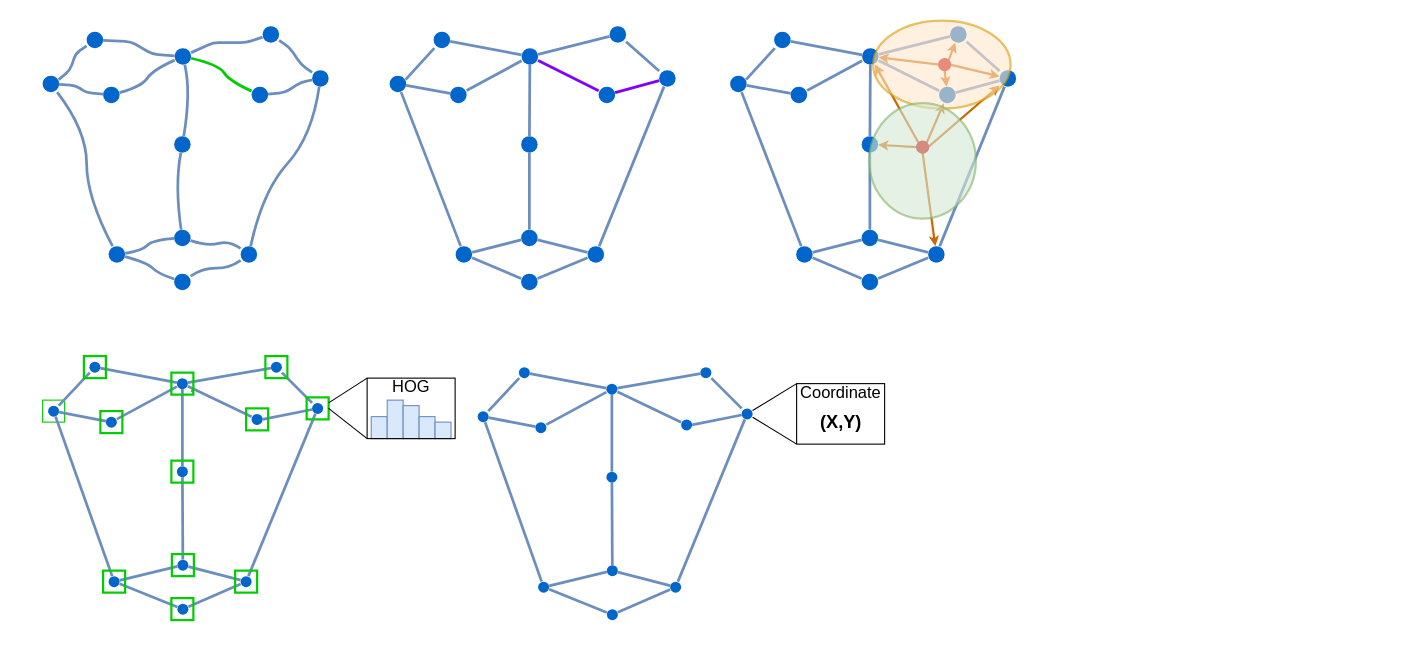
Before: page "undefined_FG" (6 of 8) of FG_example.drawio in 1009351456/Anonymous, a draw.io diagram. Source tidied: cells renumbered, new cells numbered last; positions are measured from the earlier drawing's top-left corner, leaving out a move shared by most shapes. Both pictures are drawn from the tidied source at 55%, with x=0, y=0 at pixel (9, 9).
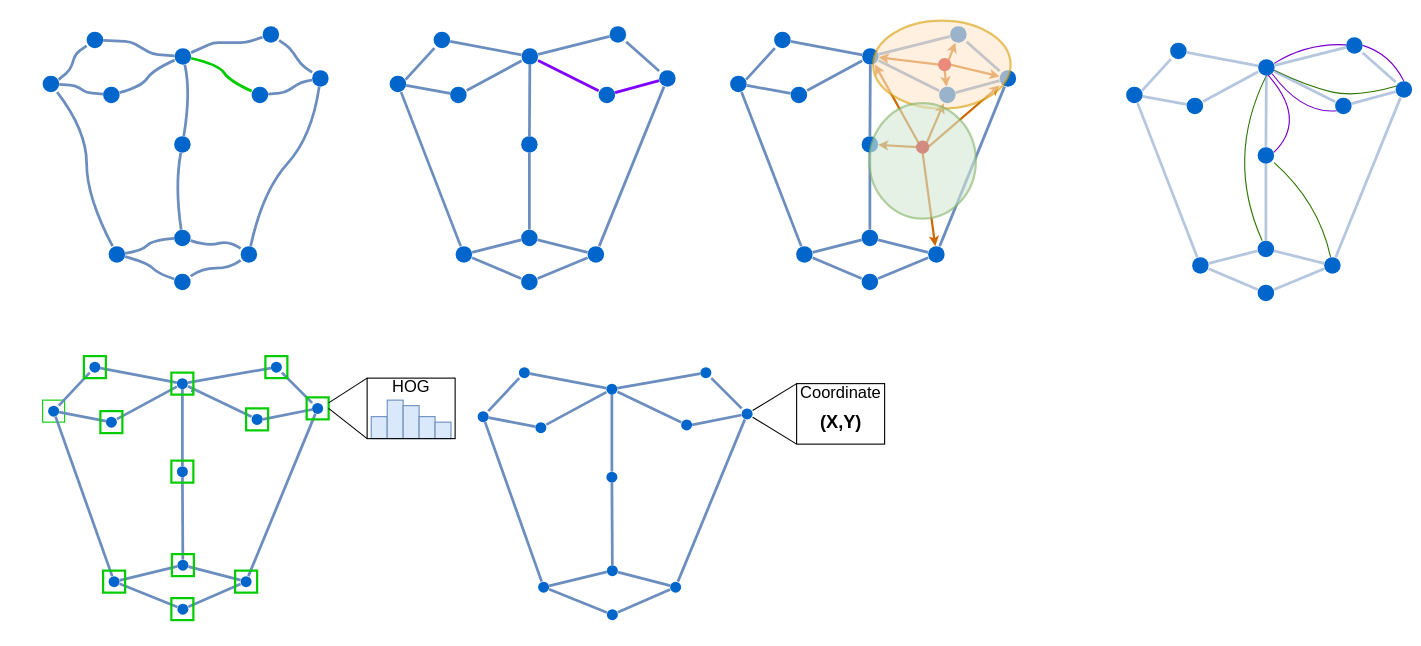
The same diagram, later.

Diff of the diagram source:
```diff
@@
+    <mxCell id="183" style="shape=ellipse;fillColor=#0066CC;strokeColor=none;html=1;" parent="1" vertex="1">
+      <mxGeometry x="2030" y="140" width="30" height="30" as="geometry" />
+    </mxCell>
+    <mxCell id="184" style="shape=ellipse;fillColor=#0066CC;strokeColor=none;html=1;" parent="1" vertex="1">
+      <mxGeometry x="2110" y="60" width="30" height="30" as="geometry" />
+    </mxCell>
+    <mxCell id="185" style="edgeStyle=none;jettySize=auto;html=1;endArrow=none;endFill=0;strokeWidth=2;curved=1;fillColor=#60a917;strokeColor=#2D7600;exitX=0.97;exitY=0.681;exitDx=0;exitDy=0;exitPerimeter=0;entryX=0.062;entryY=0.3;entryDx=0;entryDy=0;entryPerimeter=0;" parent="1" edge="1" source="188" target="193">
+      <mxGeometry relative="1" as="geometry">
+        <Array as="points">
+          <mxPoint x="2360" y="140" />
+          <mxPoint x="2450" y="160" />
+        </Array>
+      </mxGeometry>
+    </mxCell>
+    <mxCell id="186" style="edgeStyle=none;curved=1;jettySize=auto;html=1;exitX=0.97;exitY=0.258;exitDx=0;exitDy=0;endArrow=none;endFill=0;strokeWidth=2;exitPerimeter=0;fillColor=#aa00ff;strokeColor=#7700CC;" parent="1" edge="1" source="188" target="192">
+      <mxGeometry relative="1" as="geometry">
+        <Array as="points">
+          <mxPoint x="2360" y="60" />
+        </Array>
+      </mxGeometry>
+    </mxCell>
+    <mxCell id="187" style="edgeStyle=none;curved=1;jettySize=auto;html=1;exitX=0.5;exitY=1;exitDx=0;exitDy=0;endArrow=none;endFill=0;strokeWidth=2;fillColor=#60a917;strokeColor=#2D7600;" parent="1" edge="1" source="188" target="196">
+      <mxGeometry relative="1" as="geometry">
+        <Array as="points">
+          <mxPoint x="2210" y="270" />
+        </Array>
+      </mxGeometry>
+    </mxCell>
+    <mxCell id="188" style="shape=ellipse;fillColor=#0066CC;strokeColor=none;html=1;" parent="1" vertex="1">
+      <mxGeometry x="2270" y="90" width="30" height="30" as="geometry" />
+    </mxCell>
+    <mxCell id="189" style="edgeStyle=none;curved=1;jettySize=auto;html=1;endArrow=none;endFill=0;strokeWidth=2;fillColor=#60a917;strokeColor=#2D7600;" parent="1" edge="1" source="190" target="195">
+      <mxGeometry relative="1" as="geometry">
+        <Array as="points">
+          <mxPoint x="2380" y="350" />
+        </Array>
+      </mxGeometry>
+    </mxCell>
+    <mxCell id="190" style="shape=ellipse;fillColor=#0066CC;strokeColor=none;html=1;" parent="1" vertex="1">
+      <mxGeometry x="2269.1" y="250" width="30" height="30" as="geometry" />
+    </mxCell>
+    <mxCell id="191" style="edgeStyle=none;curved=1;jettySize=auto;html=1;exitX=1;exitY=0.5;exitDx=0;exitDy=0;entryX=0.5;entryY=0;entryDx=0;entryDy=0;endArrow=none;endFill=0;strokeWidth=2;fillColor=#aa00ff;strokeColor=#7700CC;" parent="1" edge="1" source="192" target="193">
+      <mxGeometry relative="1" as="geometry">
+        <Array as="points">
+          <mxPoint x="2510" y="80" />
+        </Array>
+      </mxGeometry>
+    </mxCell>
+    <mxCell id="192" style="shape=ellipse;fillColor=#0066CC;strokeColor=none;html=1;" parent="1" vertex="1">
+      <mxGeometry x="2430" y="50" width="30" height="30" as="geometry" />
+    </mxCell>
+    <mxCell id="193" style="shape=ellipse;fillColor=#0066CC;strokeColor=none;html=1;" parent="1" vertex="1">
+      <mxGeometry x="2520" y="130" width="30" height="30" as="geometry" />
+    </mxCell>
+    <mxCell id="194" style="shape=ellipse;fillColor=#0066CC;strokeColor=none;html=1;" parent="1" vertex="1">
+      <mxGeometry x="2150" y="450" width="30" height="30" as="geometry" />
+    </mxCell>
+    <mxCell id="195" style="shape=ellipse;fillColor=#0066CC;strokeColor=none;html=1;" parent="1" vertex="1">
+      <mxGeometry x="2390" y="450" width="30" height="30" as="geometry" />
+    </mxCell>
+    <mxCell id="196" style="shape=ellipse;fillColor=#0066CC;strokeColor=none;html=1;" parent="1" vertex="1">
+      <mxGeometry x="2269.1" y="420" width="30" height="30" as="geometry" />
+    </mxCell>
+    <mxCell id="197" style="shape=ellipse;fillColor=#0066CC;strokeColor=none;html=1;" parent="1" vertex="1">
+      <mxGeometry x="2269.1" y="500" width="30" height="30" as="geometry" />
+    </mxCell>
+    <mxCell id="198" style="endArrow=none;html=1;fontSize=56;exitX=0.967;exitY=0.246;exitDx=0;exitDy=0;strokeWidth=5;fillColor=#dae8fc;strokeColor=#6c8ebf;exitPerimeter=0;opacity=50;" parent="1" edge="1" source="183" target="184">
+      <mxGeometry relative="1" as="geometry" />
+    </mxCell>
+    <mxCell id="199" style="endArrow=none;html=1;fontSize=56;strokeWidth=5;fillColor=#dae8fc;strokeColor=#6c8ebf;opacity=50;" parent="1" edge="1" source="184" target="188">
+      <mxGeometry relative="1" as="geometry" />
+    </mxCell>
+    <mxCell id="200" style="endArrow=none;html=1;fontSize=56;strokeWidth=5;fillColor=#dae8fc;strokeColor=#6c8ebf;opacity=50;" parent="1" edge="1" source="188" target="190">
+      <mxGeometry relative="1" as="geometry" />
+    </mxCell>
+    <mxCell id="201" style="endArrow=none;html=1;fontSize=56;strokeWidth=5;fillColor=#dae8fc;strokeColor=#6c8ebf;opacity=50;" parent="1" edge="1" source="188" target="192">
+      <mxGeometry relative="1" as="geometry" />
+    </mxCell>
+    <mxCell id="202" style="endArrow=none;html=1;fontSize=56;strokeWidth=5;fillColor=#dae8fc;strokeColor=#6c8ebf;opacity=50;" parent="1" edge="1" source="192" target="193">
+      <mxGeometry relative="1" as="geometry" />
+    </mxCell>
+    <mxCell id="203" style="endArrow=none;html=1;fontSize=56;strokeWidth=5;fillColor=#dae8fc;strokeColor=#6c8ebf;opacity=50;" parent="1" edge="1" source="190" target="196">
+      <mxGeometry relative="1" as="geometry" />
+    </mxCell>
+    <mxCell id="204" style="endArrow=none;html=1;fontSize=56;strokeWidth=5;fillColor=#dae8fc;strokeColor=#6c8ebf;opacity=50;" parent="1" edge="1" source="193" target="195">
+      <mxGeometry relative="1" as="geometry" />
+    </mxCell>
+    <mxCell id="205" style="endArrow=none;html=1;fontSize=56;strokeWidth=5;fillColor=#dae8fc;strokeColor=#6c8ebf;opacity=50;" parent="1" edge="1" source="194" target="183">
+      <mxGeometry relative="1" as="geometry" />
+    </mxCell>
+    <mxCell id="206" style="endArrow=none;html=1;fontSize=56;strokeWidth=5;fillColor=#dae8fc;strokeColor=#6c8ebf;opacity=50;" parent="1" edge="1" source="195" target="196">
+      <mxGeometry relative="1" as="geometry" />
+    </mxCell>
+    <mxCell id="207" style="endArrow=none;html=1;fontSize=56;strokeWidth=5;fillColor=#dae8fc;strokeColor=#6c8ebf;opacity=50;" parent="1" edge="1" source="197" target="195">
+      <mxGeometry relative="1" as="geometry" />
+    </mxCell>
+    <mxCell id="208" style="endArrow=none;html=1;fontSize=56;strokeWidth=5;fillColor=#dae8fc;strokeColor=#6c8ebf;opacity=50;" parent="1" edge="1" source="194" target="196">
+      <mxGeometry relative="1" as="geometry" />
+    </mxCell>
+    <mxCell id="209" style="endArrow=none;html=1;fontSize=56;strokeWidth=5;fillColor=#dae8fc;strokeColor=#6c8ebf;opacity=50;" parent="1" edge="1" source="194" target="197">
+      <mxGeometry relative="1" as="geometry" />
+    </mxCell>
+    <mxCell id="210" style="shape=ellipse;fillColor=#0066CC;strokeColor=none;html=1;" parent="1" vertex="1">
+      <mxGeometry x="2140" y="160" width="30" height="30" as="geometry" />
+    </mxCell>
+    <mxCell id="211" style="shape=ellipse;fillColor=#0066CC;strokeColor=none;html=1;" parent="1" vertex="1">
+      <mxGeometry x="2410" y="160" width="30" height="30" as="geometry" />
+    </mxCell>
+    <mxCell id="212" style="endArrow=none;html=1;fontSize=56;strokeWidth=5;fillColor=#dae8fc;strokeColor=#6c8ebf;opacity=50;" parent="1" edge="1" source="183" target="210">
+      <mxGeometry relative="1" as="geometry" />
+    </mxCell>
+    <mxCell id="213" style="endArrow=none;html=1;fontSize=56;strokeWidth=5;fillColor=#dae8fc;strokeColor=#6c8ebf;opacity=50;" parent="1" edge="1" source="210" target="188">
+      <mxGeometry relative="1" as="geometry" />
+    </mxCell>
+    <mxCell id="214" style="endArrow=none;html=1;fontSize=56;strokeWidth=5;fillColor=#dae8fc;strokeColor=#6c8ebf;opacity=50;" parent="1" edge="1" source="211" target="193">
+      <mxGeometry relative="1" as="geometry" />
+    </mxCell>
+    <mxCell id="215" style="endArrow=none;html=1;fontSize=56;strokeWidth=5;fillColor=#dae8fc;strokeColor=#6c8ebf;opacity=50;" parent="1" edge="1" source="211" target="188">
+      <mxGeometry relative="1" as="geometry" />
+    </mxCell>
+    <mxCell id="216" style="edgeStyle=none;curved=1;jettySize=auto;html=1;endArrow=none;endFill=0;strokeWidth=2;fillColor=#aa00ff;strokeColor=#7700CC;entryX=0.095;entryY=0.8;entryDx=0;entryDy=0;entryPerimeter=0;exitX=0.851;exitY=0.889;exitDx=0;exitDy=0;exitPerimeter=0;" parent="1" edge="1" source="188" target="211">
+      <mxGeometry relative="1" as="geometry">
+        <Array as="points">
+          <mxPoint x="2350" y="190" />
+        </Array>
+      </mxGeometry>
+    </mxCell>
+    <mxCell id="217" style="edgeStyle=none;curved=1;jettySize=auto;html=1;endArrow=none;endFill=0;strokeWidth=2;fillColor=#aa00ff;strokeColor=#7700CC;entryX=0.975;entryY=0.321;entryDx=0;entryDy=0;entryPerimeter=0;exitX=0.604;exitY=0.975;exitDx=0;exitDy=0;exitPerimeter=0;" parent="1" edge="1" source="188" target="190">
+      <mxGeometry relative="1" as="geometry">
+        <Array as="points">
+          <mxPoint x="2360" y="200" />
+        </Array>
+      </mxGeometry>
+    </mxCell>
```
